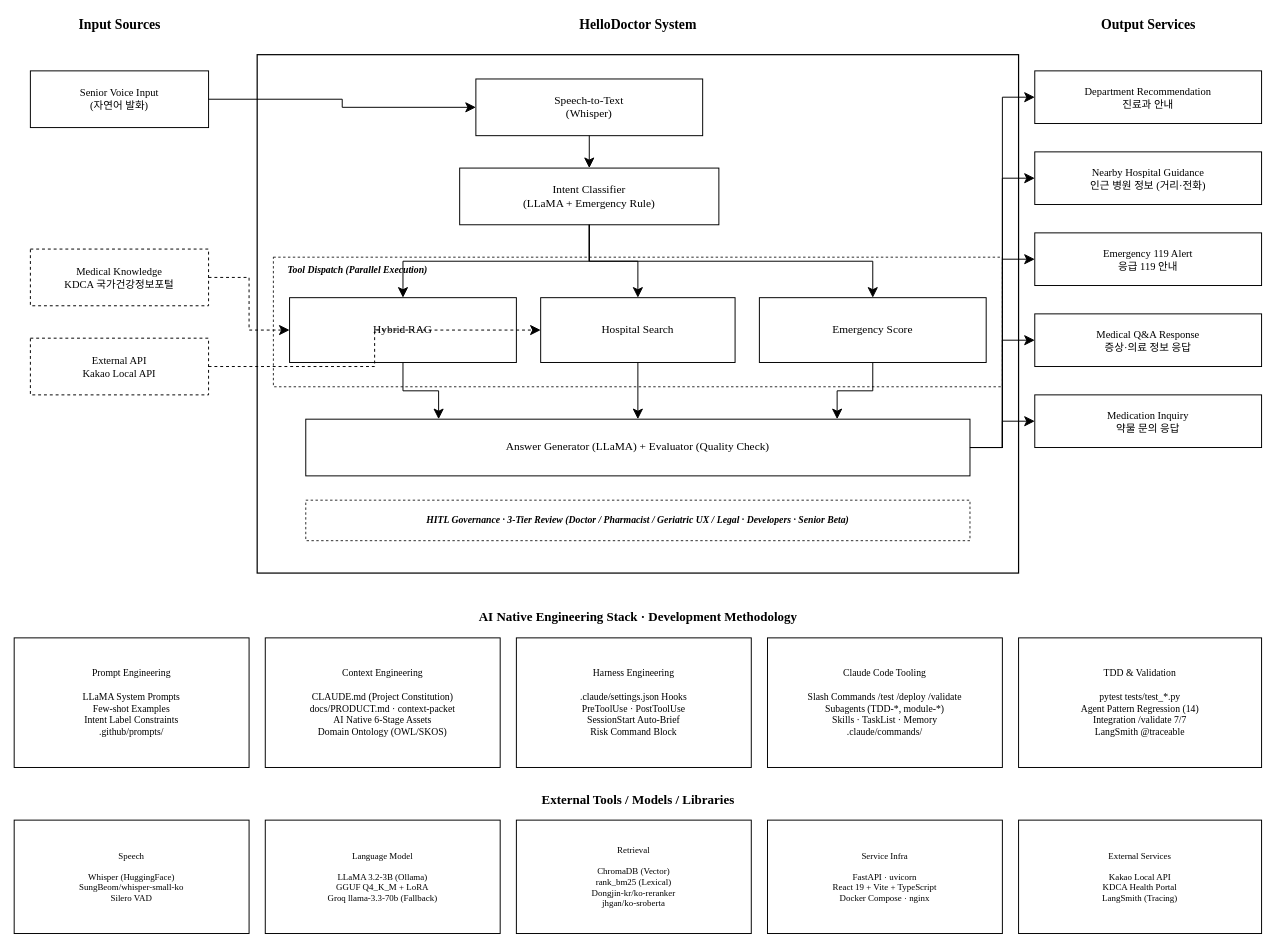
lg-hellovision-dx-data-school/LGHelloDoctor keeps this draw.io diagram as docs/system_architecture.drawio. Above is the earlier version. Source tidied: cells renumbered, new cells numbered last; positions are measured from the earlier drawing's top-left corner, leaving out a move shared by most shapes. Both pictures are drawn from the tidied source at 81%, with x=0, y=0 at pixel (14, 14).
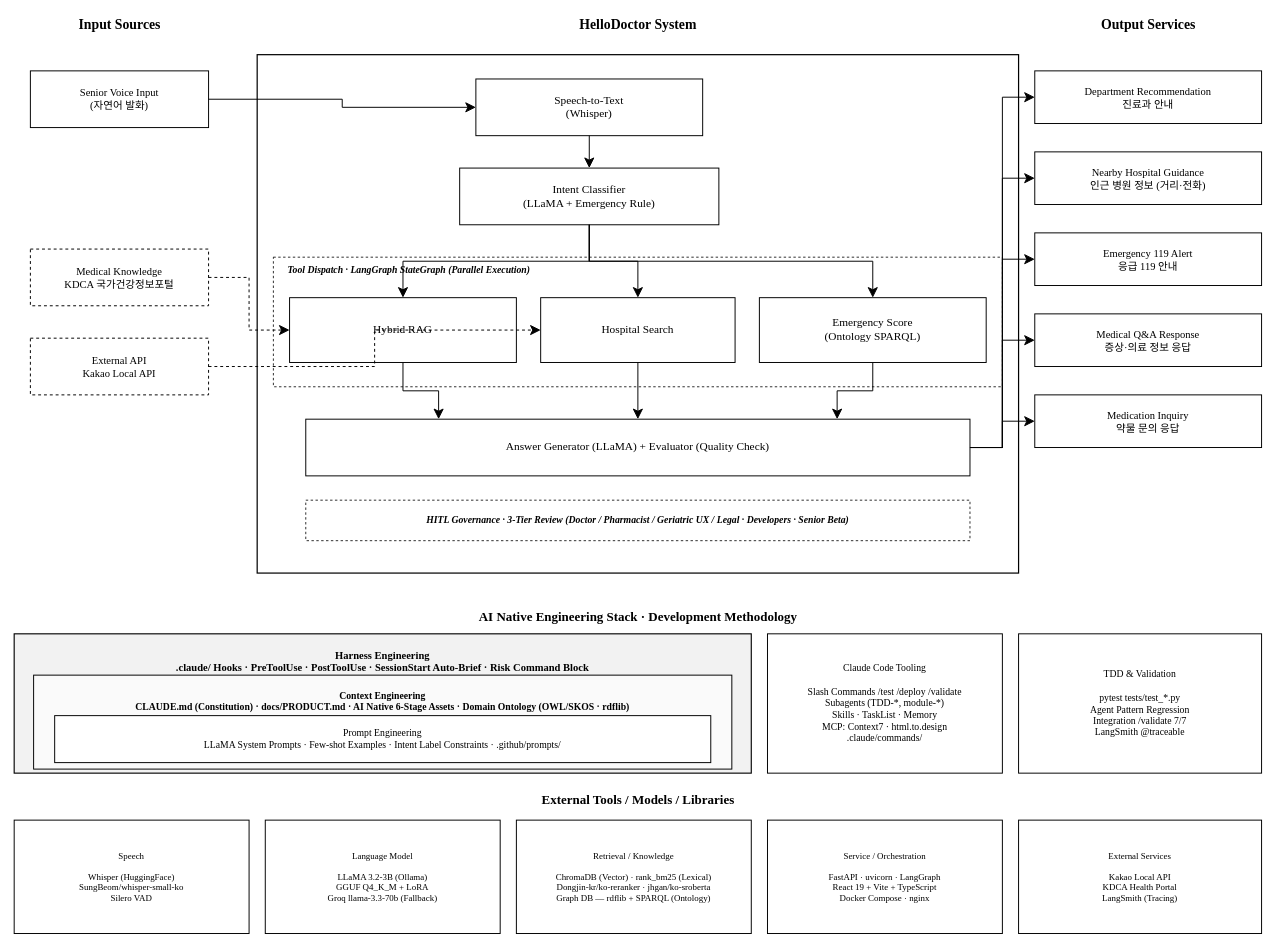
Above is the later version.

The edit, as a diff of the source:
```diff
@@
-    <mxCell id="12" value="Tool Dispatch  (Parallel Execution)" style="text;html=1;align=left;verticalAlign=middle;fontSize=12;fontStyle=3;fontFamily=Times New Roman;fontColor=#000000;" parent="1" vertex="1">
-      <mxGeometry x="336" y="306" width="260" height="20" as="geometry" />
+    <mxCell id="12" value="Tool Dispatch · LangGraph StateGraph  (Parallel Execution)" style="text;html=1;align=left;verticalAlign=middle;fontSize=12;fontStyle=3;fontFamily=Times New Roman;fontColor=#000000;" parent="1" vertex="1">
+      <mxGeometry x="336" y="306" width="440" height="20" as="geometry" />
     </mxCell>
@@
-    <mxCell id="15" value="Emergency Score" style="rounded=0;whiteSpace=wrap;html=1;fillColor=#FFFFFF;strokeColor=#000000;fontSize=14;align=center;fontFamily=Times New Roman;fontColor=#000000;strokeWidth=1.2;spacing=6;" parent="1" vertex="1">
+    <mxCell id="15" value="Emergency Score&#10;(Ontology SPARQL)" style="rounded=0;whiteSpace=wrap;html=1;fillColor=#FFFFFF;strokeColor=#000000;fontSize=14;align=center;fontFamily=Times New Roman;fontColor=#000000;strokeWidth=1.2;spacing=6;" parent="1" vertex="1">
       <mxGeometry x="920" y="350" width="280" height="80" as="geometry" />
     </mxCell>
@@
+    <mxCell id="41" value="Harness Engineering&#10;.claude/ Hooks · PreToolUse · PostToolUse · SessionStart Auto-Brief · Risk Command Block" style="rounded=0;whiteSpace=wrap;html=1;fillColor=#F2F2F2;strokeColor=#000000;fontSize=13;align=center;verticalAlign=top;fontFamily=Times New Roman;fontColor=#000000;strokeWidth=1.4;spacing=6;spacingTop=8;fontStyle=1;" parent="1" vertex="1">
+      <mxGeometry y="765" width="910" height="172" as="geometry" />
+    </mxCell>
+    <mxCell id="40" value="Context Engineering&#10;CLAUDE.md (Constitution) · docs/PRODUCT.md · AI Native 6-Stage Assets · Domain Ontology (OWL/SKOS · rdflib)" style="rounded=0;whiteSpace=wrap;html=1;fillColor=#FAFAFA;strokeColor=#000000;fontSize=12;align=center;verticalAlign=top;fontFamily=Times New Roman;fontColor=#000000;strokeWidth=1.2;spacing=6;spacingTop=8;fontStyle=1;" parent="1" vertex="1">
+      <mxGeometry x="24" y="816" width="862" height="116" as="geometry" />
+    </mxCell>
-    <mxCell id="39" value="Prompt Engineering&#10;&#10;LLaMA System Prompts&#10;Few-shot Examples&#10;Intent Label Constraints&#10;.github/prompts/" style="rounded=0;whiteSpace=wrap;html=1;fillColor=#FFFFFF;strokeColor=#000000;fontSize=12;align=center;fontFamily=Times New Roman;fontColor=#000000;strokeWidth=1.2;spacing=6;" parent="1" vertex="1">
-      <mxGeometry y="770" width="290" height="160" as="geometry" />
+    <mxCell id="39" value="Prompt Engineering&#10;LLaMA System Prompts · Few-shot Examples · Intent Label Constraints · .github/prompts/" style="rounded=0;whiteSpace=wrap;html=1;fillColor=#FFFFFF;strokeColor=#000000;fontSize=12;align=center;verticalAlign=middle;fontFamily=Times New Roman;fontColor=#000000;strokeWidth=1.2;spacing=6;" parent="1" vertex="1">
+      <mxGeometry x="50" y="866" width="810" height="58" as="geometry" />
     </mxCell>
-    <mxCell id="40" value="Context Engineering&#10;&#10;CLAUDE.md (Project Constitution)&#10;docs/PRODUCT.md · context-packet&#10;AI Native 6-Stage Assets&#10;Domain Ontology (OWL/SKOS)" style="rounded=0;whiteSpace=wrap;html=1;fillColor=#FFFFFF;strokeColor=#000000;fontSize=12;align=center;fontFamily=Times New Roman;fontColor=#000000;strokeWidth=1.2;spacing=6;" parent="1" vertex="1">
-      <mxGeometry x="310" y="770" width="290" height="160" as="geometry" />
-    </mxCell>
-    <mxCell id="41" value="Harness Engineering&#10;&#10;.claude/settings.json Hooks&#10;PreToolUse · PostToolUse&#10;SessionStart Auto-Brief&#10;Risk Command Block" style="rounded=0;whiteSpace=wrap;html=1;fillColor=#FFFFFF;strokeColor=#000000;fontSize=12;align=center;fontFamily=Times New Roman;fontColor=#000000;strokeWidth=1.2;spacing=6;" parent="1" vertex="1">
-      <mxGeometry x="620" y="770" width="290" height="160" as="geometry" />
-    </mxCell>
-    <mxCell id="42" value="Claude Code Tooling&#10;&#10;Slash Commands  /test  /deploy  /validate&#10;Subagents (TDD-*, module-*)&#10;Skills · TaskList · Memory&#10;.claude/commands/" style="rounded=0;whiteSpace=wrap;html=1;fillColor=#FFFFFF;strokeColor=#000000;fontSize=12;align=center;fontFamily=Times New Roman;fontColor=#000000;strokeWidth=1.2;spacing=6;" parent="1" vertex="1">
-      <mxGeometry x="930" y="770" width="290" height="160" as="geometry" />
+    <mxCell id="42" value="Claude Code Tooling&#10;&#10;Slash Commands  /test  /deploy  /validate&#10;Subagents (TDD-*, module-*)&#10;Skills · TaskList · Memory&#10;MCP: Context7 · html.to.design&#10;.claude/commands/" style="rounded=0;whiteSpace=wrap;html=1;fillColor=#FFFFFF;strokeColor=#000000;fontSize=12;align=center;fontFamily=Times New Roman;fontColor=#000000;strokeWidth=1.2;spacing=6;" parent="1" vertex="1">
+      <mxGeometry x="930" y="765" width="290" height="172" as="geometry" />
     </mxCell>
-    <mxCell id="43" value="TDD &amp; Validation&#10;&#10;pytest  tests/test_*.py&#10;Agent Pattern Regression (14)&#10;Integration /validate 7/7&#10;LangSmith @traceable" style="rounded=0;whiteSpace=wrap;html=1;fillColor=#FFFFFF;strokeColor=#000000;fontSize=12;align=center;fontFamily=Times New Roman;fontColor=#000000;strokeWidth=1.2;spacing=6;" parent="1" vertex="1">
-      <mxGeometry x="1240" y="770" width="300" height="160" as="geometry" />
+    <mxCell id="43" value="TDD &amp; Validation&#10;&#10;pytest  tests/test_*.py&#10;Agent Pattern Regression&#10;Integration /validate 7/7&#10;LangSmith @traceable" style="rounded=0;whiteSpace=wrap;html=1;fillColor=#FFFFFF;strokeColor=#000000;fontSize=12;align=center;fontFamily=Times New Roman;fontColor=#000000;strokeWidth=1.2;spacing=6;" parent="1" vertex="1">
+      <mxGeometry x="1240" y="765" width="300" height="172" as="geometry" />
     </mxCell>
@@
-    <mxCell id="47" value="Retrieval&#10;&#10;ChromaDB (Vector)&#10;rank_bm25 (Lexical)&#10;Dongjin-kr/ko-reranker&#10;jhgan/ko-sroberta" style="rounded=0;whiteSpace=wrap;html=1;fillColor=#FFFFFF;strokeColor=#000000;fontSize=11;align=center;fontFamily=Times New Roman;fontColor=#000000;strokeWidth=1.2;spacing=4;" parent="1" vertex="1">
+    <mxCell id="47" value="Retrieval / Knowledge&#10;&#10;ChromaDB (Vector) · rank_bm25 (Lexical)&#10;Dongjin-kr/ko-reranker · jhgan/ko-sroberta&#10;Graph DB — rdflib + SPARQL (Ontology)" style="rounded=0;whiteSpace=wrap;html=1;fillColor=#FFFFFF;strokeColor=#000000;fontSize=11;align=center;fontFamily=Times New Roman;fontColor=#000000;strokeWidth=1.2;spacing=4;" parent="1" vertex="1">
       <mxGeometry x="620" y="995" width="290" height="140" as="geometry" />
     </mxCell>
-    <mxCell id="48" value="Service Infra&#10;&#10;FastAPI · uvicorn&#10;React 19 + Vite + TypeScript&#10;Docker Compose · nginx" style="rounded=0;whiteSpace=wrap;html=1;fillColor=#FFFFFF;strokeColor=#000000;fontSize=11;align=center;fontFamily=Times New Roman;fontColor=#000000;strokeWidth=1.2;spacing=4;" parent="1" vertex="1">
+    <mxCell id="48" value="Service / Orchestration&#10;&#10;FastAPI · uvicorn · LangGraph&#10;React 19 + Vite + TypeScript&#10;Docker Compose · nginx" style="rounded=0;whiteSpace=wrap;html=1;fillColor=#FFFFFF;strokeColor=#000000;fontSize=11;align=center;fontFamily=Times New Roman;fontColor=#000000;strokeWidth=1.2;spacing=4;" parent="1" vertex="1">
       <mxGeometry x="930" y="995" width="290" height="140" as="geometry" />
     </mxCell>
```
